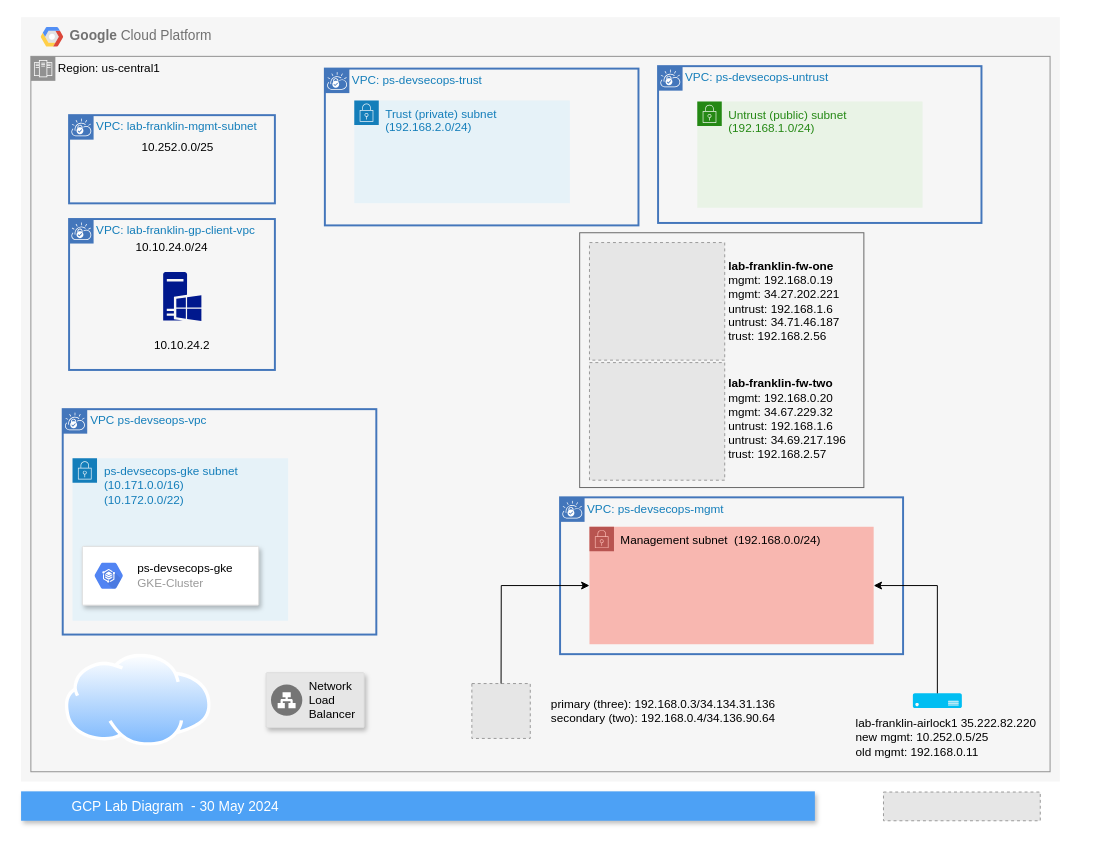
Above: page "lab-franklin-gcp" (1 of 3) of docs/drawings/lab-diagrams.drawio in devsecfranklin/franklin-resume (draw.io), before the change. Source tidied: cells renumbered, new cells numbered last; positions are measured from the earlier drawing's top-left corner, leaving out a move shared by most shapes. Both pictures are drawn from the tidied source at 98%, with x=0, y=0 at pixel (21, 17). Pictures stored in the file or linked from it are replaced by grey dashed boxes.
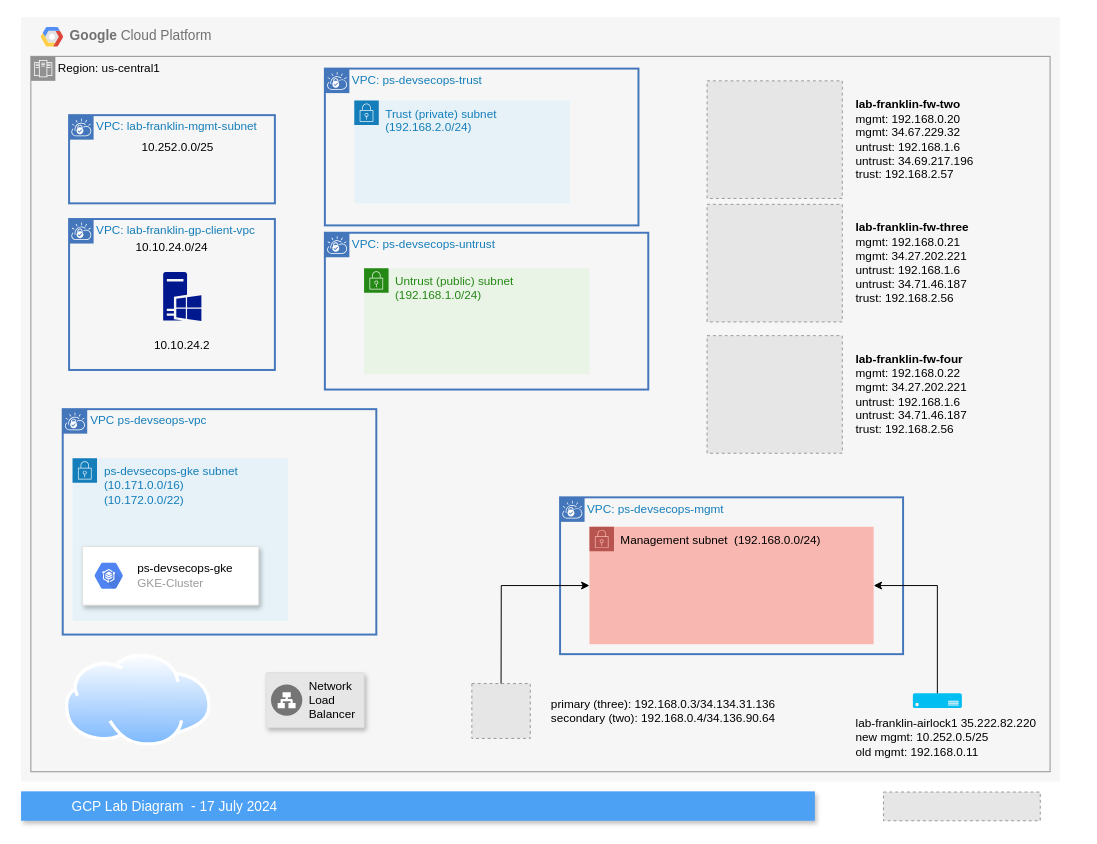
The same diagram, later.

The edit, as a diff of the source:
```diff
@@
-    <mxCell id="3" value="GCP Lab Diagram  - 30 May 2024" style="fillColor=#4DA1F5;strokeColor=none;shadow=1;gradientColor=none;fontSize=14;align=left;spacingLeft=50;fontColor=#ffffff;" parent="1" vertex="1">
+    <mxCell id="3" value="GCP Lab Diagram  - 17 July 2024" style="fillColor=#4DA1F5;strokeColor=none;shadow=1;gradientColor=none;fontSize=14;align=left;spacingLeft=50;fontColor=#ffffff;" parent="1" vertex="1">
       <mxGeometry y="790" width="810" height="30" as="geometry" />
     </mxCell>
@@
     <mxCell id="21" style="group;" parent="7" vertex="1">
-      <mxGeometry x="650" y="50" width="330" height="160" as="geometry" />
+      <mxGeometry x="310" y="220" width="330" height="160" as="geometry" />
     </mxCell>
@@
-    <mxCell id="35" style="group;" parent="7" vertex="1">
-      <mxGeometry x="570" y="220" width="320" height="260" as="geometry" />
-    </mxCell>
-    <mxCell id="36" style="rounded=0;whiteSpace=wrap;html=1;labelBackgroundColor=none;labelBorderColor=#000000;fillColor=#f5f5f5;fontColor=#333333;strokeColor=#666666;" parent="35" vertex="1">
-      <mxGeometry width="290" height="260" as="geometry" />
-    </mxCell>
-    <mxCell id="37" style="fillColor=#E6E6E6;strokeColor=#999999;dashed=1;" parent="35" vertex="1">
-      <mxGeometry x="10" y="10" width="138" height="120" as="geometry" />
+    <mxCell id="37" style="fillColor=#E6E6E6;strokeColor=#999999;dashed=1;" parent="7" vertex="1">
+      <mxGeometry x="700" y="65" width="138" height="120" as="geometry" />
     </mxCell>
-    <mxCell id="38" style="fillColor=#E6E6E6;strokeColor=#999999;dashed=1;" parent="35" vertex="1">
-      <mxGeometry x="10" y="132.5" width="138" height="120" as="geometry" />
+    <mxCell id="38" style="fillColor=#E6E6E6;strokeColor=#999999;dashed=1;" parent="7" vertex="1">
+      <mxGeometry x="700" y="191" width="138" height="120" as="geometry" />
     </mxCell>
-    <mxCell id="39" value="&lt;span&gt;&lt;b&gt;lab-franklin-fw-two&lt;br&gt;&lt;/b&gt;mgmt: 192.168.0.20&lt;br&gt;mgmt: 34.67.229.32&lt;div&gt;&lt;span&gt;untrust: 192.168.1.6&lt;/span&gt;&lt;/div&gt;&lt;/span&gt;untrust: 34.69.217.196&lt;br&gt;trust: 192.168.2.57" style="text;html=1;strokeColor=none;fillColor=none;align=left;verticalAlign=middle;whiteSpace=wrap;rounded=0;" parent="35" vertex="1">
-      <mxGeometry x="150" y="145" width="170" height="90" as="geometry" />
+    <mxCell id="39" value="&lt;span&gt;&lt;b&gt;lab-franklin-fw-two&lt;br&gt;&lt;/b&gt;mgmt: 192.168.0.20&lt;br&gt;mgmt: 34.67.229.32&lt;div&gt;&lt;span&gt;untrust: 192.168.1.6&lt;/span&gt;&lt;/div&gt;&lt;/span&gt;untrust: 34.69.217.196&lt;br&gt;trust: 192.168.2.57" style="text;html=1;strokeColor=none;fillColor=none;align=left;verticalAlign=middle;whiteSpace=wrap;rounded=0;" parent="7" vertex="1">
+      <mxGeometry x="850" y="80" width="170" height="90" as="geometry" />
     </mxCell>
-    <mxCell id="40" value="&lt;span&gt;&lt;b&gt;lab-franklin-fw-one&lt;br&gt;&lt;/b&gt;mgmt: 192.168.0.19&lt;br&gt;mgmt: 34.27.202.221&lt;div&gt;&lt;span&gt;untrust: 192.168.1.6&lt;/span&gt;&lt;/div&gt;&lt;/span&gt;untrust: 34.71.46.187&lt;br&gt;trust: 192.168.2.56" style="text;html=1;strokeColor=none;fillColor=none;align=left;verticalAlign=middle;whiteSpace=wrap;rounded=0;" parent="35" vertex="1">
-      <mxGeometry x="150" y="25" width="170" height="90" as="geometry" />
+    <mxCell id="40" value="&lt;span&gt;&lt;b&gt;lab-franklin-fw-three&lt;br&gt;&lt;/b&gt;mgmt: 192.168.0.21&lt;br&gt;mgmt: 34.27.202.221&lt;div&gt;&lt;span&gt;untrust: 192.168.1.6&lt;/span&gt;&lt;/div&gt;&lt;/span&gt;untrust: 34.71.46.187&lt;br&gt;trust: 192.168.2.56" style="text;html=1;strokeColor=none;fillColor=none;align=left;verticalAlign=middle;whiteSpace=wrap;rounded=0;" parent="7" vertex="1">
+      <mxGeometry x="850" y="206" width="170" height="90" as="geometry" />
     </mxCell>
+    <mxCell id="41" style="fillColor=#E6E6E6;strokeColor=#999999;dashed=1;" parent="7" vertex="1">
+      <mxGeometry x="700" y="325" width="138" height="120" as="geometry" />
+    </mxCell>
+    <mxCell id="42" value="&lt;span&gt;&lt;b&gt;lab-franklin-fw-four&lt;br&gt;&lt;/b&gt;mgmt: 192.168.0.22&lt;br&gt;mgmt: 34.27.202.221&lt;div&gt;&lt;span&gt;untrust: 192.168.1.6&lt;/span&gt;&lt;/div&gt;&lt;/span&gt;untrust: 34.71.46.187&lt;br&gt;trust: 192.168.2.56" style="text;html=1;strokeColor=none;fillColor=none;align=left;verticalAlign=middle;whiteSpace=wrap;rounded=0;" parent="7" vertex="1">
+      <mxGeometry x="850" y="340" width="170" height="90" as="geometry" />
+    </mxCell>
```
